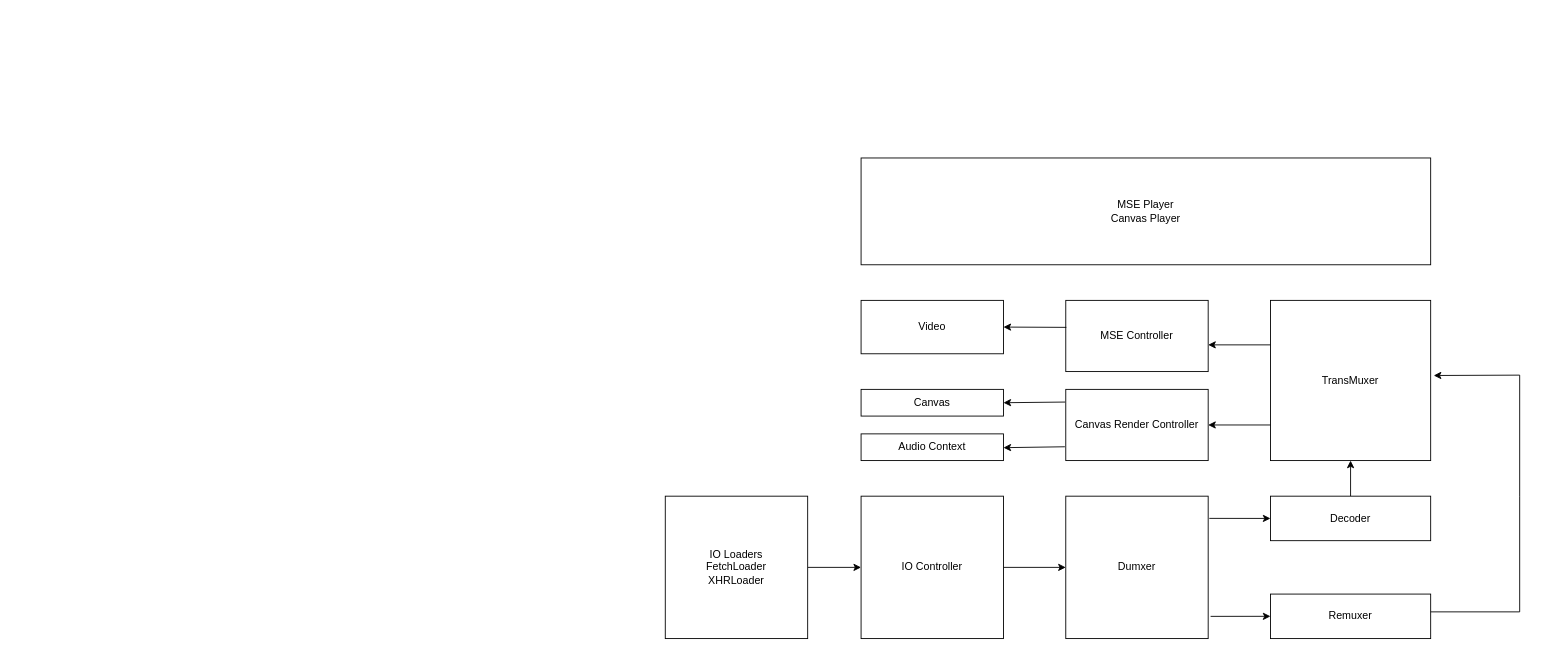
The draw.io diagram 未命名绘图.drawio in Robot-7/h265-design, before the edit. Source tidied: cells renumbered, new cells numbered last; positions are measured from the earlier drawing's top-left corner, leaving out a move shared by most shapes. Both pictures are drawn from the tidied source at 89%, with x=0, y=0 at pixel (665, 158).
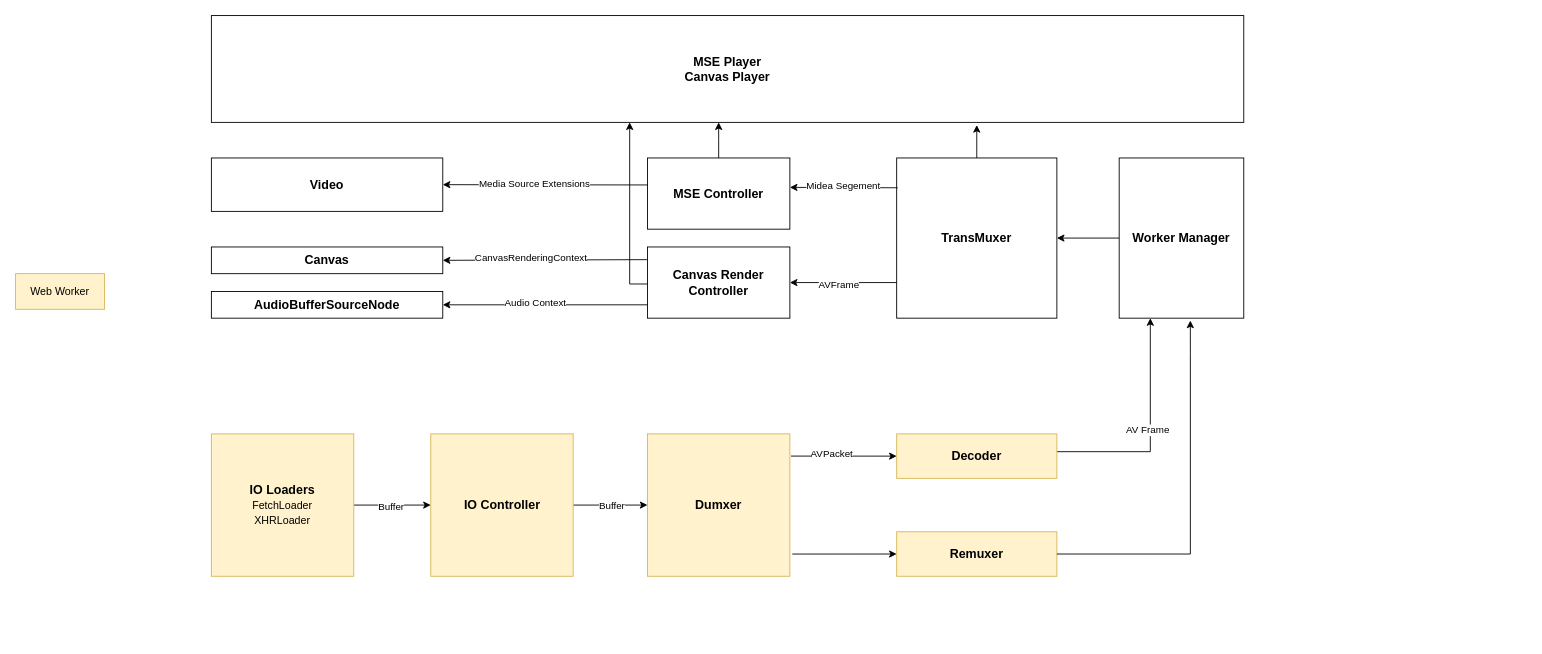
The same page after the edit.

Diff of the diagram source:
```diff
@@
-    <mxCell id="2" value="MSE Player&lt;br&gt;Canvas Player&lt;br&gt;" style="rounded=0;whiteSpace=wrap;html=1;" parent="1" vertex="1">
-      <mxGeometry x="220" width="640" height="120" as="geometry" />
+    <mxCell id="2" value="&lt;b style=&quot;font-size: 14px;&quot;&gt;MSE Player&lt;br style=&quot;font-size: 14px;&quot;&gt;Canvas Player&lt;/b&gt;" style="rounded=0;whiteSpace=wrap;html=1;fontSize=14;" parent="1" vertex="1">
+      <mxGeometry x="-510" y="-160" width="1160" height="120" as="geometry" />
     </mxCell>
+    <mxCell id="25" style="edgeStyle=orthogonalEdgeStyle;rounded=0;jettySize=auto;html=1;" parent="1" edge="1" source="3" target="2">
+      <mxGeometry relative="1" as="geometry">
+        <Array as="points">
+          <mxPoint x="60" y="-20" />
+          <mxPoint x="60" y="-20" />
+        </Array>
+      </mxGeometry>
+    </mxCell>
-    <mxCell id="3" value="MSE Controller&lt;br&gt;" style="rounded=0;whiteSpace=wrap;html=1;" parent="1" vertex="1">
-      <mxGeometry x="450" y="160" width="160" height="80" as="geometry" />
+    <mxCell id="3" value="&lt;b style=&quot;font-size: 14px;&quot;&gt;MSE Controller&lt;/b&gt;" style="rounded=0;whiteSpace=wrap;html=1;fontSize=14;" parent="1" vertex="1">
+      <mxGeometry x="-20" width="160" height="80" as="geometry" />
     </mxCell>
-    <mxCell id="4" value="TransMuxer" style="rounded=0;whiteSpace=wrap;html=1;" parent="1" vertex="1">
-      <mxGeometry x="680" y="160" width="180" height="180" as="geometry" />
+    <mxCell id="4" value="&lt;b style=&quot;font-size: 14px;&quot;&gt;TransMuxer&lt;/b&gt;" style="rounded=0;whiteSpace=wrap;html=1;fontSize=14;" parent="1" vertex="1">
+      <mxGeometry x="260" width="180" height="180" as="geometry" />
     </mxCell>
+    <mxCell id="26" style="edgeStyle=orthogonalEdgeStyle;rounded=0;orthogonalLoop=1;jettySize=auto;html=1;entryX=0.385;entryY=0.987;entryDx=0;entryDy=0;entryPerimeter=0;" parent="1" edge="1">
+      <mxGeometry relative="1" as="geometry">
+        <mxPoint x="78.9" y="141.6" as="sourcePoint" />
+        <mxPoint x="-40" y="-40" as="targetPoint" />
+        <Array as="points">
+          <mxPoint x="-40.1" y="141.6" />
+        </Array>
+      </mxGeometry>
+    </mxCell>
-    <mxCell id="5" value="Canvas Render Controller" style="rounded=0;whiteSpace=wrap;html=1;" parent="1" vertex="1">
-      <mxGeometry x="450" y="260" width="160" height="80" as="geometry" />
+    <mxCell id="5" value="&lt;b style=&quot;font-size: 14px;&quot;&gt;Canvas Render Controller&lt;/b&gt;" style="rounded=0;whiteSpace=wrap;html=1;fontSize=14;" parent="1" vertex="1">
+      <mxGeometry x="-20" y="100" width="160" height="80" as="geometry" />
     </mxCell>
-    <mxCell id="6" value="Dumxer&lt;br&gt;" style="rounded=0;whiteSpace=wrap;html=1;" parent="1" vertex="1">
-      <mxGeometry x="450" y="380" width="160" height="160" as="geometry" />
+    <mxCell id="6" value="&lt;b style=&quot;font-size: 14px;&quot;&gt;Dumxer&lt;/b&gt;" style="rounded=0;whiteSpace=wrap;html=1;fontSize=14;fillColor=#fff2cc;strokeColor=#d6b656;" parent="1" vertex="1">
+      <mxGeometry x="-20" y="310" width="160" height="160" as="geometry" />
     </mxCell>
-    <mxCell id="7" value="Remuxer" style="rounded=0;whiteSpace=wrap;html=1;" parent="1" vertex="1">
-      <mxGeometry x="680" y="490" width="180" height="50" as="geometry" />
+    <mxCell id="7" value="&lt;b style=&quot;font-size: 14px;&quot;&gt;Remuxer&lt;/b&gt;" style="rounded=0;whiteSpace=wrap;html=1;fontSize=14;fillColor=#fff2cc;strokeColor=#d6b656;" parent="1" vertex="1">
+      <mxGeometry x="260" y="420" width="180" height="50" as="geometry" />
     </mxCell>
-    <mxCell id="8" style="edgeStyle=orthogonalEdgeStyle;rounded=0;jettySize=auto;html=1;" parent="1" edge="1" source="9" target="4">
-      <mxGeometry relative="1" as="geometry" />
+    <mxCell id="8" style="edgeStyle=orthogonalEdgeStyle;rounded=0;jettySize=auto;html=1;fontSize=14;entryX=0.25;entryY=1;entryDx=0;entryDy=0;" parent="1" edge="1" source="9" target="39">
+      <mxGeometry relative="1" as="geometry">
+        <Array as="points">
+          <mxPoint x="545" y="330" />
+        </Array>
+      </mxGeometry>
     </mxCell>
+    <mxCell id="27" value="AV Frame" style="edgeLabel;html=1;align=center;verticalAlign=middle;" parent="8" vertex="1">
+      <mxGeometry x="0.03" y="4" relative="1" as="geometry">
+        <mxPoint y="1" as="offset" />
+      </mxGeometry>
+    </mxCell>
-    <mxCell id="9" value="Decoder&lt;br&gt;" style="rounded=0;whiteSpace=wrap;html=1;" parent="1" vertex="1">
-      <mxGeometry x="680" y="380" width="180" height="50" as="geometry" />
+    <mxCell id="9" value="&lt;b style=&quot;font-size: 14px;&quot;&gt;Decoder&lt;/b&gt;" style="rounded=0;whiteSpace=wrap;html=1;fontSize=14;fillColor=#fff2cc;strokeColor=#d6b656;" parent="1" vertex="1">
+      <mxGeometry x="260" y="310" width="180" height="50" as="geometry" />
     </mxCell>
-    <mxCell id="10" value="Video&lt;br&gt;" style="rounded=0;whiteSpace=wrap;html=1;" parent="1" vertex="1">
-      <mxGeometry x="220" y="160" width="160" height="60" as="geometry" />
+    <mxCell id="10" value="&lt;b style=&quot;font-size: 14px;&quot;&gt;Video&lt;/b&gt;" style="rounded=0;whiteSpace=wrap;html=1;fontSize=14;" parent="1" vertex="1">
+      <mxGeometry x="-510" width="260" height="60" as="geometry" />
     </mxCell>
-    <mxCell id="11" value="Canvas" style="rounded=0;whiteSpace=wrap;html=1;" parent="1" vertex="1">
-      <mxGeometry x="220" y="260" width="160" height="30" as="geometry" />
+    <mxCell id="11" value="&lt;b style=&quot;font-size: 14px;&quot;&gt;Canvas&lt;/b&gt;" style="rounded=0;whiteSpace=wrap;html=1;fontSize=14;" parent="1" vertex="1">
+      <mxGeometry x="-510" y="100" width="260" height="30" as="geometry" />
     </mxCell>
-    <mxCell id="12" value="Audio Context" style="rounded=0;whiteSpace=wrap;html=1;" parent="1" vertex="1">
-      <mxGeometry x="220" y="310" width="160" height="30" as="geometry" />
+    <mxCell id="12" value="&lt;b style=&quot;font-size: 14px;&quot;&gt;AudioBufferSourceNode&lt;/b&gt;" style="rounded=0;whiteSpace=wrap;html=1;fontSize=14;" parent="1" vertex="1">
+      <mxGeometry x="-510" y="150" width="260" height="30" as="geometry" />
     </mxCell>
-    <mxCell id="13" style="edgeStyle=orthogonalEdgeStyle;rounded=0;jettySize=auto;html=1;exitX=1;exitY=0.5;exitDx=0;exitDy=0;entryX=0;entryY=0.5;entryDx=0;entryDy=0;" parent="1" edge="1" source="14" target="16">
+    <mxCell id="13" style="edgeStyle=orthogonalEdgeStyle;rounded=0;jettySize=auto;html=1;exitX=1;exitY=0.5;exitDx=0;exitDy=0;entryX=0;entryY=0.5;entryDx=0;entryDy=0;fontSize=14;" parent="1" edge="1" source="14" target="16">
       <mxGeometry relative="1" as="geometry" />
     </mxCell>
+    <mxCell id="28" value="Buffer" style="edgeLabel;html=1;align=center;verticalAlign=middle;" parent="13" vertex="1">
+      <mxGeometry x="-0.05" y="-1" relative="1" as="geometry" />
+    </mxCell>
-    <mxCell id="14" value="IO Loaders&lt;br&gt;FetchLoader&lt;br&gt;XHRLoader&lt;br&gt;" style="rounded=0;whiteSpace=wrap;html=1;" parent="1" vertex="1">
-      <mxGeometry y="380" width="160" height="160" as="geometry" />
+    <mxCell id="14" value="&lt;font style=&quot;font-size: 12px;&quot;&gt;&lt;b style=&quot;font-size: 14px;&quot;&gt;IO Loaders&lt;/b&gt;&lt;br style=&quot;font-size: 14px;&quot;&gt;&lt;font style=&quot;font-size: 12px;&quot;&gt;FetchLoader&lt;br style=&quot;&quot;&gt;XHRLoade&lt;/font&gt;r&lt;/font&gt;" style="rounded=0;whiteSpace=wrap;html=1;fontSize=14;fillColor=#fff2cc;strokeColor=#d6b656;" parent="1" vertex="1">
+      <mxGeometry x="-510" y="310" width="160" height="160" as="geometry" />
     </mxCell>
-    <mxCell id="15" style="edgeStyle=orthogonalEdgeStyle;rounded=0;jettySize=auto;html=1;exitX=1;exitY=0.5;exitDx=0;exitDy=0;entryX=0;entryY=0.5;entryDx=0;entryDy=0;" parent="1" edge="1" source="16" target="6">
+    <mxCell id="15" style="edgeStyle=orthogonalEdgeStyle;rounded=0;jettySize=auto;html=1;exitX=1;exitY=0.5;exitDx=0;exitDy=0;entryX=0;entryY=0.5;entryDx=0;entryDy=0;fontSize=14;" parent="1" edge="1" source="16" target="6">
       <mxGeometry relative="1" as="geometry" />
     </mxCell>
+    <mxCell id="29" value="Buffer" style="edgeLabel;html=1;align=center;verticalAlign=middle;" parent="15" vertex="1">
+      <mxGeometry x="0.04" y="6" relative="1" as="geometry">
+        <mxPoint y="6" as="offset" />
+      </mxGeometry>
+    </mxCell>
-    <mxCell id="16" value="IO Controller&lt;br&gt;" style="rounded=0;whiteSpace=wrap;html=1;" parent="1" vertex="1">
-      <mxGeometry x="220" y="380" width="160" height="160" as="geometry" />
+    <mxCell id="16" value="&lt;b style=&quot;font-size: 14px;&quot;&gt;IO Controller&lt;/b&gt;" style="rounded=0;whiteSpace=wrap;html=1;fontSize=14;fillColor=#fff2cc;strokeColor=#d6b656;" parent="1" vertex="1">
+      <mxGeometry x="-263.5" y="310" width="160" height="160" as="geometry" />
     </mxCell>
-    <mxCell id="17" style="endArrow=classic;html=1;rounded=0;entryX=0;entryY=0.5;entryDx=0;entryDy=0;exitX=1.008;exitY=0.156;exitDx=0;exitDy=0;exitPerimeter=0;" parent="1" edge="1" source="6" target="9">
+    <mxCell id="17" style="endArrow=classic;html=1;rounded=0;entryX=0;entryY=0.5;entryDx=0;entryDy=0;exitX=1.008;exitY=0.156;exitDx=0;exitDy=0;exitPerimeter=0;fontSize=14;" parent="1" edge="1" source="6" target="9">
       <mxGeometry relative="1" as="geometry" />
     </mxCell>
+    <mxCell id="30" value="AVPacket" style="edgeLabel;html=1;align=center;verticalAlign=middle;" parent="17" vertex="1">
+      <mxGeometry x="-0.22" y="3" relative="1" as="geometry">
+        <mxPoint x="-1" as="offset" />
+      </mxGeometry>
+    </mxCell>
-    <mxCell id="18" style="endArrow=classic;html=1;rounded=0;entryX=0;entryY=0.5;entryDx=0;entryDy=0;exitX=1.017;exitY=0.844;exitDx=0;exitDy=0;exitPerimeter=0;" parent="1" edge="1" source="6" target="7">
+    <mxCell id="18" style="endArrow=classic;html=1;rounded=0;entryX=0;entryY=0.5;entryDx=0;entryDy=0;exitX=1.017;exitY=0.844;exitDx=0;exitDy=0;exitPerimeter=0;fontSize=14;" parent="1" edge="1" source="6" target="7">
       <mxGeometry relative="1" as="geometry" />
     </mxCell>
-    <mxCell id="19" style="endArrow=classic;html=1;rounded=0;entryX=1.019;entryY=0.469;entryDx=0;entryDy=0;entryPerimeter=0;" parent="1" edge="1" target="4">
+    <mxCell id="19" style="endArrow=classic;html=1;rounded=0;entryX=0.571;entryY=1.015;entryDx=0;entryDy=0;fontSize=14;exitX=1;exitY=0.5;exitDx=0;exitDy=0;entryPerimeter=0;" parent="1" edge="1" source="7" target="39">
       <mxGeometry relative="1" as="geometry">
-        <mxPoint x="860" y="510" as="sourcePoint" />
         <Array as="points">
-          <mxPoint x="960" y="510" />
-          <mxPoint x="960" y="380" />
-          <mxPoint x="960" y="244" />
+          <mxPoint x="540" y="445" />
+          <mxPoint x="590" y="445" />
+          <mxPoint x="590" y="220" />
         </Array>
       </mxGeometry>
     </mxCell>
-    <mxCell id="20" style="endArrow=classic;html=1;rounded=0;entryX=1;entryY=0.5;entryDx=0;entryDy=0;" parent="1" edge="1" target="5">
+    <mxCell id="20" style="endArrow=classic;html=1;rounded=0;entryX=1;entryY=0.5;entryDx=0;entryDy=0;fontSize=14;" parent="1" edge="1" target="5">
       <mxGeometry relative="1" as="geometry">
-        <mxPoint x="680" y="300" as="sourcePoint" />
+        <mxPoint x="260" y="140" as="sourcePoint" />
       </mxGeometry>
     </mxCell>
+    <mxCell id="31" value="AVFrame&lt;br&gt;" style="edgeLabel;html=1;align=center;verticalAlign=middle;" parent="20" vertex="1">
+      <mxGeometry x="0.09" y="2" relative="1" as="geometry">
+        <mxPoint x="-1" as="offset" />
+      </mxGeometry>
+    </mxCell>
-    <mxCell id="21" style="endArrow=classic;html=1;rounded=0;" parent="1" edge="1">
-      <mxGeometry relative="1" as="geometry">
-        <mxPoint x="680" y="210" as="sourcePoint" />
-        <mxPoint x="610" y="210" as="targetPoint" />
-      </mxGeometry>
+    <mxCell id="21" style="endArrow=classic;html=1;rounded=0;fontSize=14;exitX=0.006;exitY=0.186;exitDx=0;exitDy=0;exitPerimeter=0;entryX=1;entryY=0.413;entryDx=0;entryDy=0;entryPerimeter=0;" parent="1" edge="1" source="4" target="3">
+      <mxGeometry relative="1" as="geometry" />
     </mxCell>
+    <mxCell id="32" value="Midea Segement" style="edgeLabel;html=1;align=center;verticalAlign=middle;" parent="21" vertex="1">
+      <mxGeometry x="0.27" y="-4" relative="1" as="geometry">
+        <mxPoint x="15" y="1" as="offset" />
+      </mxGeometry>
+    </mxCell>
-    <mxCell id="22" style="endArrow=classic;html=1;rounded=0;entryX=1;entryY=0.5;entryDx=0;entryDy=0;exitX=0.004;exitY=0.379;exitDx=0;exitDy=0;exitPerimeter=0;" parent="1" edge="1" source="3" target="10">
+    <mxCell id="22" style="endArrow=classic;html=1;rounded=0;entryX=1;entryY=0.5;entryDx=0;entryDy=0;exitX=0.004;exitY=0.379;exitDx=0;exitDy=0;exitPerimeter=0;fontSize=14;" parent="1" edge="1" source="3" target="10">
       <mxGeometry relative="1" as="geometry" />
     </mxCell>
+    <mxCell id="33" value="Media Source Extensions" style="edgeLabel;html=1;align=center;verticalAlign=middle;" parent="22" vertex="1">
+      <mxGeometry x="0.11" y="-2" relative="1" as="geometry" />
+    </mxCell>
-    <mxCell id="23" style="endArrow=classic;html=1;rounded=0;entryX=1;entryY=0.5;entryDx=0;entryDy=0;exitX=-0.004;exitY=0.178;exitDx=0;exitDy=0;exitPerimeter=0;" parent="1" edge="1" source="5" target="11">
+    <mxCell id="23" style="endArrow=classic;html=1;rounded=0;entryX=1;entryY=0.5;entryDx=0;entryDy=0;exitX=-0.004;exitY=0.178;exitDx=0;exitDy=0;exitPerimeter=0;fontSize=14;" parent="1" edge="1" source="5" target="11">
       <mxGeometry relative="1" as="geometry" />
     </mxCell>
+    <mxCell id="34" value="CanvasRenderingContext" style="edgeLabel;html=1;align=center;verticalAlign=middle;" parent="23" vertex="1">
+      <mxGeometry x="0.14" y="-3" relative="1" as="geometry" />
+    </mxCell>
-    <mxCell id="24" style="endArrow=classic;html=1;rounded=0;entryX=1;entryY=0.5;entryDx=0;entryDy=0;exitX=-0.004;exitY=0.178;exitDx=0;exitDy=0;exitPerimeter=0;" parent="1" edge="1">
+    <mxCell id="24" style="endArrow=classic;html=1;rounded=0;entryX=1;entryY=0.5;entryDx=0;entryDy=0;fontSize=14;" parent="1" edge="1" target="12">
       <mxGeometry relative="1" as="geometry">
-        <mxPoint x="449" y="324.5" as="sourcePoint" />
-        <mxPoint x="380" y="325.5" as="targetPoint" />
+        <mxPoint x="-20" y="165" as="sourcePoint" />
       </mxGeometry>
     </mxCell>
+    <mxCell id="35" value="Audio Context&lt;br&gt;" style="edgeLabel;html=1;align=center;verticalAlign=middle;" parent="24" vertex="1">
+      <mxGeometry x="0.11" y="-3" relative="1" as="geometry">
+        <mxPoint x="1" as="offset" />
+      </mxGeometry>
+    </mxCell>
+    <mxCell id="36" style="endArrow=classic;html=1;rounded=0;exitX=0.5;exitY=0;exitDx=0;exitDy=0;" parent="1" edge="1" source="4">
+      <mxGeometry relative="1" as="geometry">
+        <mxPoint x="350" y="-37" as="targetPoint" />
+      </mxGeometry>
+    </mxCell>
+    <mxCell id="37" value="Web Worker" style="rounded=0;whiteSpace=wrap;html=1;fillColor=#fff2cc;strokeColor=#d6b656;" parent="1" vertex="1">
+      <mxGeometry x="-730" y="130" width="100" height="40" as="geometry" />
+    </mxCell>
+    <mxCell id="38" style="edgeStyle=orthogonalEdgeStyle;rounded=0;jettySize=auto;html=1;" parent="1" edge="1" source="39" target="4">
+      <mxGeometry relative="1" as="geometry" />
+    </mxCell>
+    <mxCell id="39" value="Worker Manager" style="rounded=0;whiteSpace=wrap;html=1;fontStyle=1;fontSize=14;" parent="1" vertex="1">
+      <mxGeometry x="510" width="140" height="180" as="geometry" />
+    </mxCell>
```
